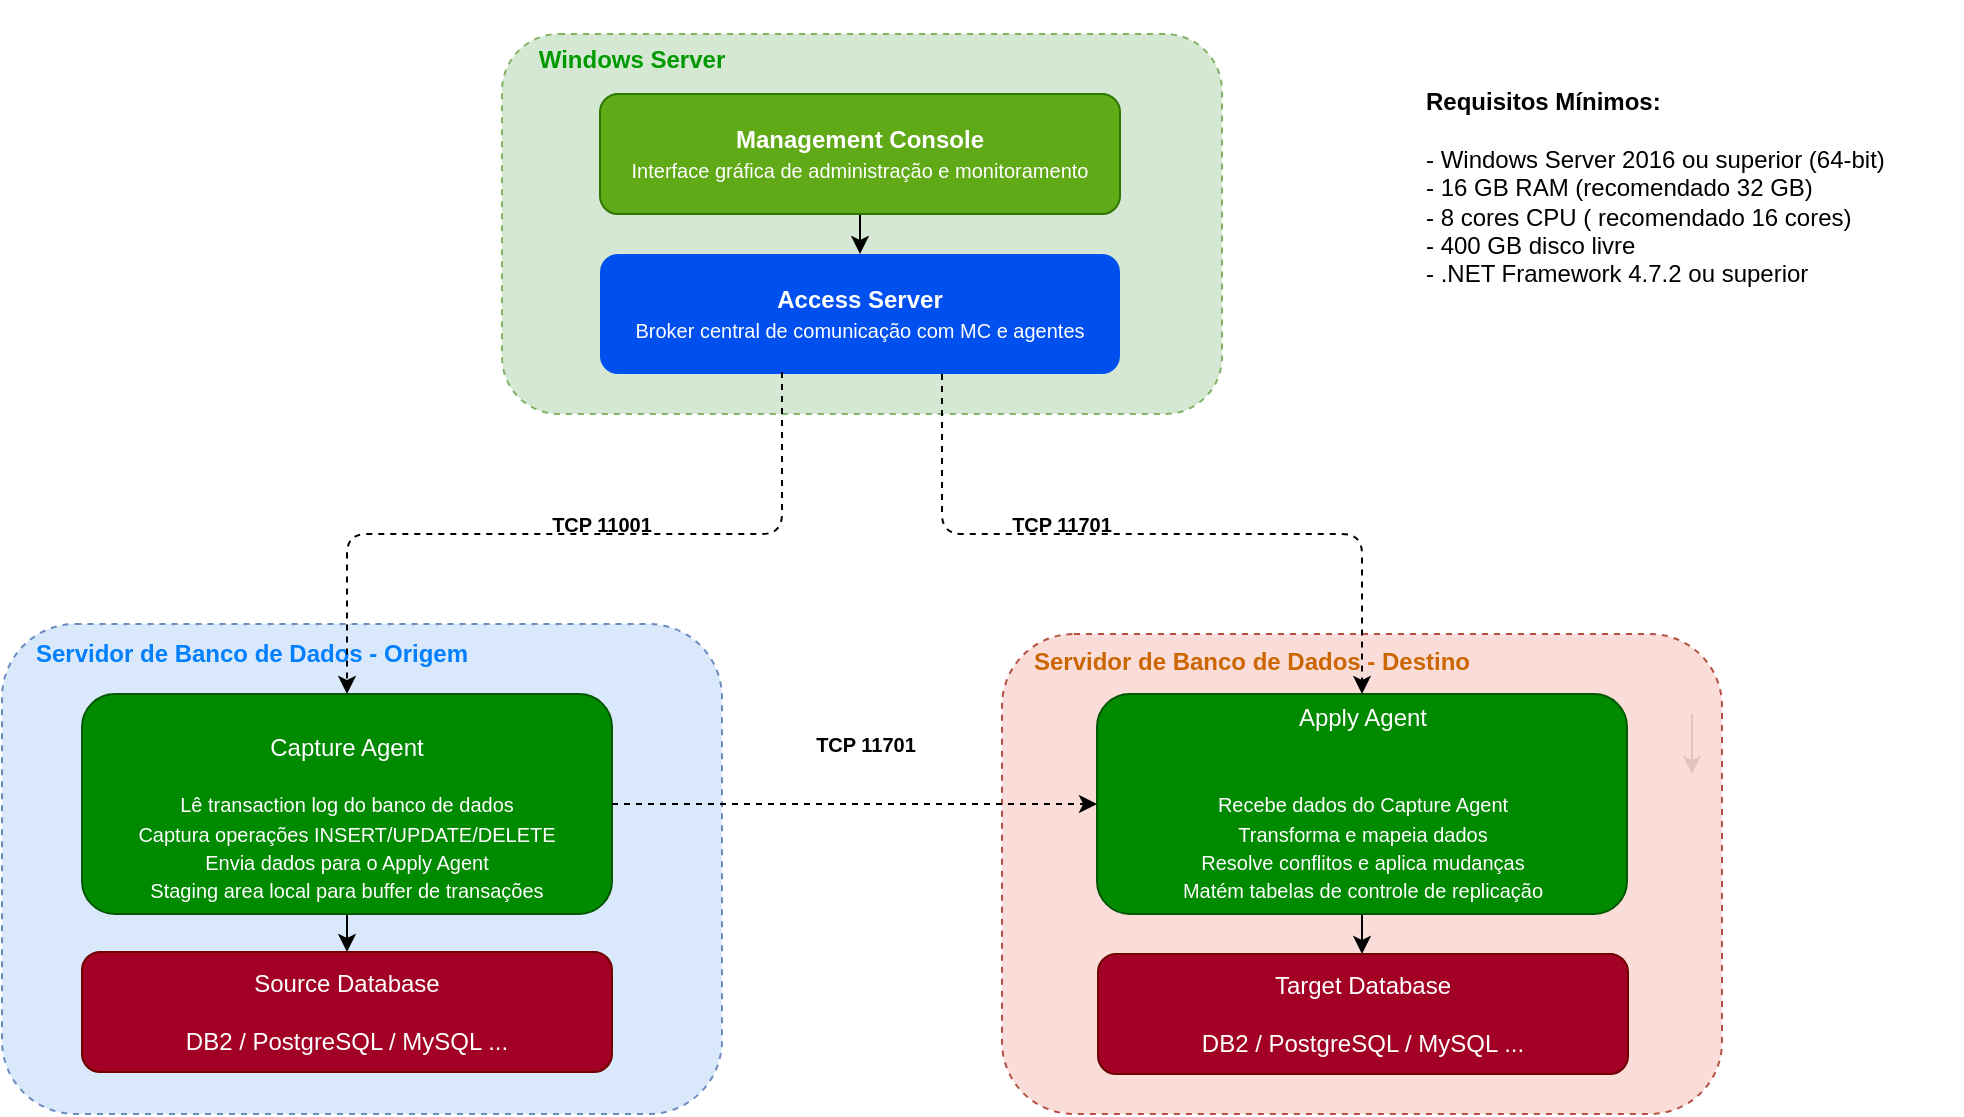
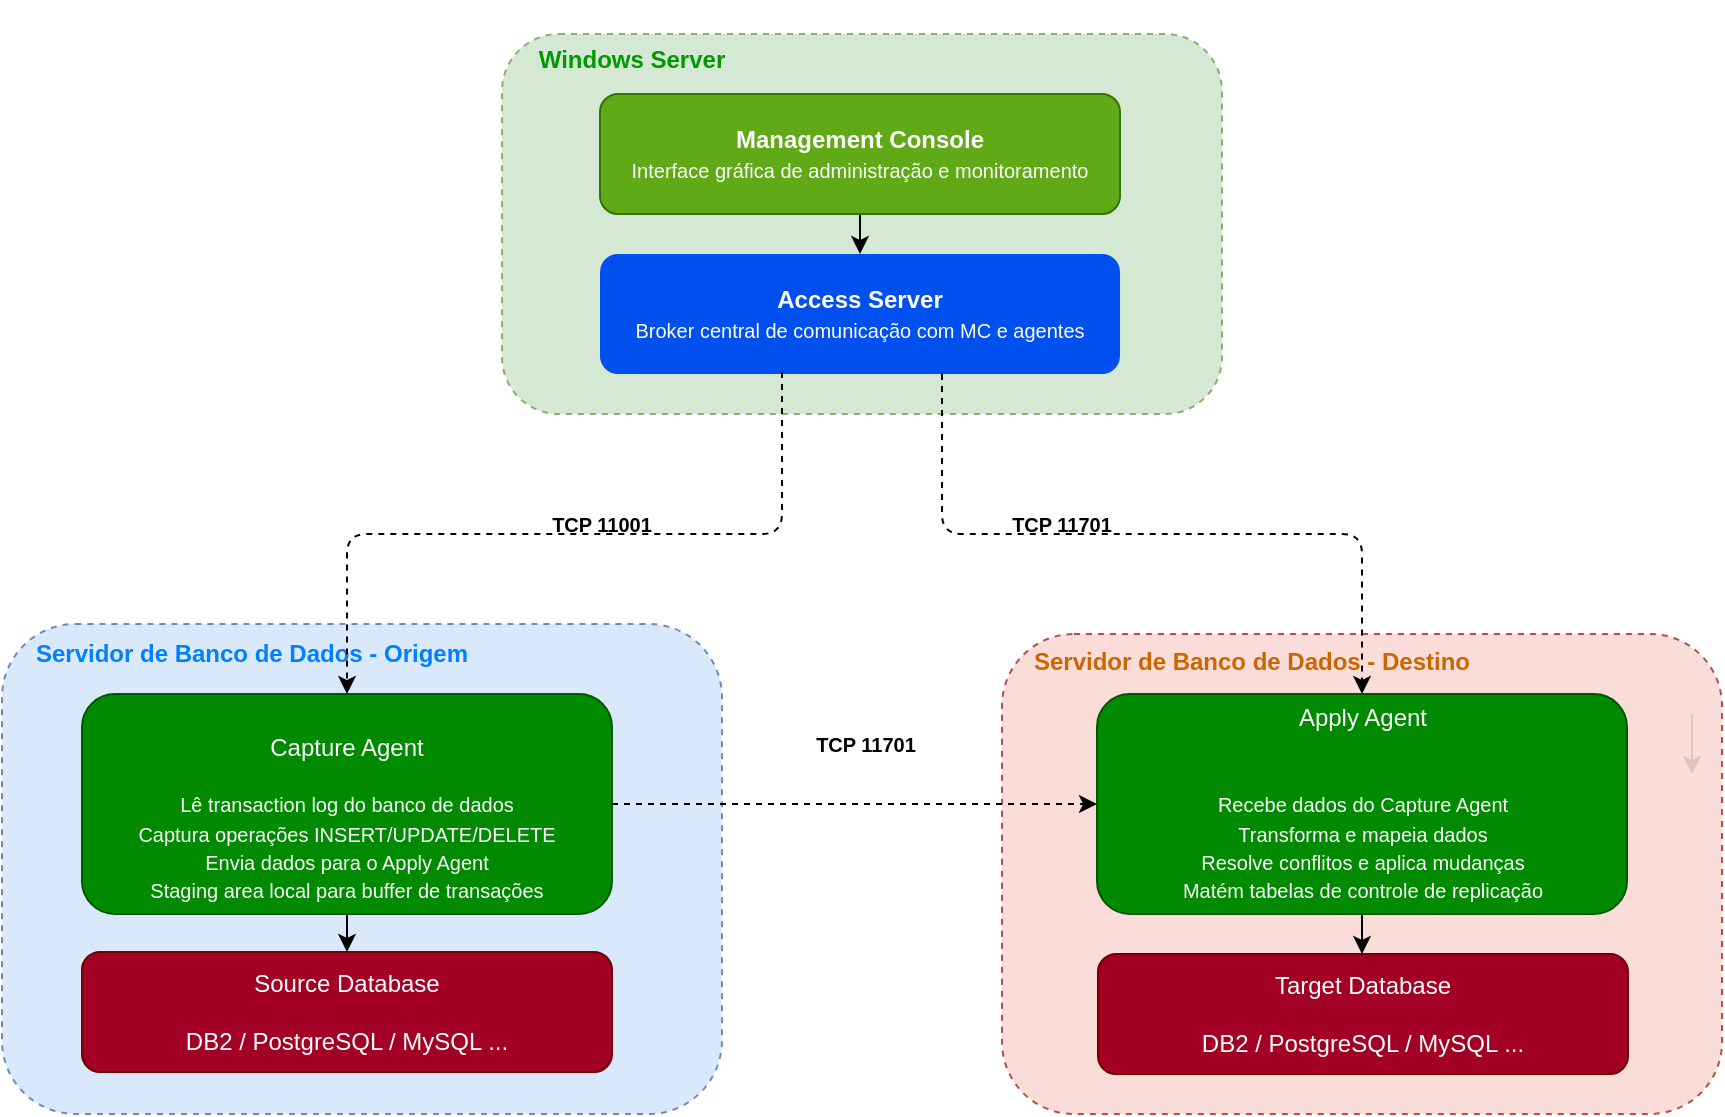
<mxfile host="app.diagrams.net">
  <diagram name="Page-1" id="ufLM51pSvgMN4Yb4cNfk">
    <mxGraphModel dx="1414" dy="766" grid="1" gridSize="10" guides="1" tooltips="1" connect="1" arrows="1" fold="1" page="1" pageScale="1" pageWidth="1169" pageHeight="827" background="#ffffff" math="0" shadow="0">
      <root>
        <mxCell id="0" />
        <mxCell id="1" parent="0" />
        <mxCell id="JlA0C_7pM_n0fd6ZD8XW-12" edge="1" parent="1" style="edgeStyle=orthogonalEdgeStyle;rounded=1;orthogonalLoop=1;jettySize=auto;html=1;" value="">
          <mxGeometry relative="1" as="geometry">
            <mxPoint x="1015" y="440" as="sourcePoint" />
            <mxPoint x="1015" y="470" as="targetPoint" />
          </mxGeometry>
        </mxCell>
        <mxCell id="JlA0C_7pM_n0fd6ZD8XW-6" edge="1" parent="1" style="edgeStyle=orthogonalEdgeStyle;rounded=1;orthogonalLoop=1;jettySize=auto;html=1;exitX=0.5;exitY=1;exitDx=0;exitDy=0;">
          <mxGeometry relative="1" as="geometry">
            <mxPoint x="1015" y="440" as="sourcePoint" />
            <mxPoint x="1015" y="440" as="targetPoint" />
          </mxGeometry>
-         </mxCell>
-         <mxCell id="JlA0C_7pM_n0fd6ZD8XW-11" parent="1" style="text;html=1;whiteSpace=wrap;strokeColor=none;fillColor=none;align=left;verticalAlign=middle;rounded=1;" value="&lt;b&gt;Requisitos Mínimos:&amp;nbsp;&lt;/b&gt;&lt;div&gt;&lt;br&gt;&lt;div&gt;- Windows Server 2016 ou superior (64-bit)&lt;/div&gt;&lt;div&gt;- 16 GB RAM (recomendado 32 GB)&lt;/div&gt;&lt;div&gt;- 8 cores CPU ( recomendado 16 cores)&lt;/div&gt;&lt;div&gt;- 400 GB disco livre&lt;/div&gt;&lt;div&gt;- .NET Framework 4.7.2 ou superior&lt;/div&gt;&lt;/div&gt;" vertex="1">
-           <mxGeometry height="94" width="270" x="880" y="130" as="geometry" />
        </mxCell>
        <mxCell id="tYhzWE4TQe1GP2W0sffB-1" parent="1" style="rounded=1;whiteSpace=wrap;html=1;fillColor=#d5e8d4;strokeColor=#82b366;dashed=1;" value="" vertex="1">
          <mxGeometry height="190" width="360" x="420" y="100" as="geometry" />
        </mxCell>
        <mxCell id="tYhzWE4TQe1GP2W0sffB-25" edge="1" parent="1" source="tYhzWE4TQe1GP2W0sffB-2" style="edgeStyle=orthogonalEdgeStyle;rounded=1;orthogonalLoop=1;jettySize=auto;html=1;exitX=0.5;exitY=1;exitDx=0;exitDy=0;entryX=0.5;entryY=0;entryDx=0;entryDy=0;" target="tYhzWE4TQe1GP2W0sffB-3">
          <mxGeometry relative="1" as="geometry" />
        </mxCell>
        <mxCell id="tYhzWE4TQe1GP2W0sffB-2" parent="1" style="rounded=1;whiteSpace=wrap;html=1;fillColor=#60a917;strokeColor=#2D7600;fontColor=#ffffff;" value="&lt;b&gt;Management Console&lt;/b&gt;&lt;div&gt;&lt;font style=&quot;font-size: 10px;&quot;&gt;Interface gráfica de administração e monitoramento&lt;/font&gt;&lt;/div&gt;" vertex="1">
          <mxGeometry height="60" width="260" x="469" y="130" as="geometry" />
        </mxCell>
        <mxCell id="tYhzWE4TQe1GP2W0sffB-3" parent="1" style="rounded=1;whiteSpace=wrap;html=1;fillColor=#0050ef;fontColor=#ffffff;strokeColor=none;" value="&lt;b&gt;Access Server&lt;/b&gt;&lt;div&gt;&lt;font style=&quot;font-size: 10px;&quot;&gt;Broker central de comunicação com MC e agentes&lt;/font&gt;&lt;/div&gt;" vertex="1">
          <mxGeometry height="60" width="260" x="469" y="210" as="geometry" />
        </mxCell>
        <mxCell id="tYhzWE4TQe1GP2W0sffB-6" parent="1" style="text;html=1;whiteSpace=wrap;strokeColor=none;fillColor=none;align=center;verticalAlign=middle;rounded=1;" value="&lt;font style=&quot;color: rgb(0, 153, 0);&quot;&gt;&lt;b style=&quot;&quot;&gt;Windows Server&lt;/b&gt;&lt;/font&gt;" vertex="1">
          <mxGeometry height="60" width="100" x="435" y="83" as="geometry" />
        </mxCell>
        <mxCell id="tYhzWE4TQe1GP2W0sffB-7" parent="1" style="rounded=1;whiteSpace=wrap;html=1;fillColor=#dae8fc;strokeColor=#6c8ebf;dashed=1;" value="" vertex="1">
          <mxGeometry height="245" width="360" x="170" y="395" as="geometry" />
        </mxCell>
        <mxCell id="tYhzWE4TQe1GP2W0sffB-8" parent="1" style="text;html=1;whiteSpace=wrap;strokeColor=none;fillColor=none;align=center;verticalAlign=middle;rounded=1;" value="&lt;font style=&quot;color: light-dark(rgb(0, 127, 255), rgb(255, 51, 255));&quot;&gt;&lt;b style=&quot;&quot;&gt;Servidor de Banco de Dados - Origem&lt;/b&gt;&lt;/font&gt;" vertex="1">
          <mxGeometry height="60" width="250" x="170" y="380" as="geometry" />
        </mxCell>
        <mxCell id="tYhzWE4TQe1GP2W0sffB-10" parent="1" style="rounded=1;whiteSpace=wrap;html=1;fillColor=#a20025;fontColor=#ffffff;strokeColor=#6F0000;" value="Source Database&lt;div&gt;&lt;br&gt;&lt;/div&gt;&lt;div&gt;DB2 / PostgreSQL / MySQL ...&lt;/div&gt;" vertex="1">
          <mxGeometry height="60" width="265" x="210" y="559" as="geometry" />
        </mxCell>
        <mxCell id="tYhzWE4TQe1GP2W0sffB-16" edge="1" parent="1" source="tYhzWE4TQe1GP2W0sffB-12" style="edgeStyle=orthogonalEdgeStyle;rounded=1;orthogonalLoop=1;jettySize=auto;html=1;exitX=0.5;exitY=1;exitDx=0;exitDy=0;entryX=0.5;entryY=0;entryDx=0;entryDy=0;" target="tYhzWE4TQe1GP2W0sffB-10">
          <mxGeometry relative="1" as="geometry" />
        </mxCell>
        <mxCell id="tYhzWE4TQe1GP2W0sffB-12" parent="1" style="rounded=1;whiteSpace=wrap;html=1;fillColor=#008a00;fontColor=#ffffff;strokeColor=#005700;" value="&lt;div&gt;&lt;br&gt;&lt;/div&gt;Capture Agent&lt;div&gt;&lt;br&gt;&lt;div&gt;&lt;span style=&quot;font-size: 10px;&quot;&gt;Lê transaction log do banco de dados&lt;/span&gt;&lt;/div&gt;&lt;/div&gt;&lt;div&gt;&lt;span style=&quot;font-size: 10px;&quot;&gt;Captura operações INSERT/UPDATE/DELETE&lt;/span&gt;&lt;/div&gt;&lt;div&gt;&lt;span style=&quot;font-size: 10px;&quot;&gt;Envia dados para o Apply Agent&lt;/span&gt;&lt;/div&gt;&lt;div&gt;&lt;span style=&quot;font-size: 10px;&quot;&gt;Staging area local para buffer de transações&lt;/span&gt;&lt;/div&gt;" vertex="1">
          <mxGeometry height="110" width="265" x="210" y="430" as="geometry" />
        </mxCell>
        <mxCell id="tYhzWE4TQe1GP2W0sffB-14" edge="1" parent="1" source="tYhzWE4TQe1GP2W0sffB-3" style="edgeStyle=orthogonalEdgeStyle;rounded=1;orthogonalLoop=1;jettySize=auto;html=1;dashed=1;exitX=0.35;exitY=0.983;exitDx=0;exitDy=0;exitPerimeter=0;" target="tYhzWE4TQe1GP2W0sffB-12">
          <mxGeometry relative="1" as="geometry" />
        </mxCell>
        <mxCell id="tYhzWE4TQe1GP2W0sffB-15" parent="1" style="text;html=1;whiteSpace=wrap;strokeColor=none;fillColor=none;align=center;verticalAlign=middle;rounded=0;" value="&lt;font style=&quot;font-size: 10px;&quot;&gt;&lt;b&gt;TCP 11001&lt;/b&gt;&lt;/font&gt;" vertex="1">
          <mxGeometry height="30" width="100" x="420" y="330" as="geometry" />
        </mxCell>
        <mxCell id="tYhzWE4TQe1GP2W0sffB-17" parent="1" style="rounded=1;whiteSpace=wrap;html=1;fillColor=#fad9d5;strokeColor=#ae4132;dashed=1;opacity=90;" value="" vertex="1">
          <mxGeometry height="240" width="360" x="670" y="400" as="geometry" />
        </mxCell>
        <mxCell id="tYhzWE4TQe1GP2W0sffB-31" edge="1" parent="1" source="tYhzWE4TQe1GP2W0sffB-18" style="edgeStyle=orthogonalEdgeStyle;rounded=0;orthogonalLoop=1;jettySize=auto;html=1;" target="tYhzWE4TQe1GP2W0sffB-19" value="">
          <mxGeometry relative="1" as="geometry" />
        </mxCell>
        <mxCell id="tYhzWE4TQe1GP2W0sffB-18" parent="1" style="rounded=1;whiteSpace=wrap;html=1;fillColor=#008a00;fontColor=#ffffff;strokeColor=#005700;" value="&lt;div&gt;&lt;br&gt;&lt;/div&gt;Apply Agent&lt;div&gt;&lt;br&gt;&lt;/div&gt;&lt;div&gt;&lt;br&gt;&lt;div&gt;&lt;span style=&quot;font-size: 10px;&quot;&gt;Recebe dados do Capture Agent&lt;/span&gt;&lt;/div&gt;&lt;div&gt;&lt;span style=&quot;font-size: 10px;&quot;&gt;Transforma e mapeia dados&lt;/span&gt;&lt;/div&gt;&lt;div&gt;&lt;span style=&quot;font-size: 10px;&quot;&gt;Resolve conflitos e aplica mudanças&lt;/span&gt;&lt;/div&gt;&lt;div&gt;&lt;span style=&quot;font-size: 10px;&quot;&gt;Matém tabelas de controle de replicação&lt;/span&gt;&lt;/div&gt;&lt;div&gt;&lt;br&gt;&lt;/div&gt;&lt;/div&gt;" vertex="1">
          <mxGeometry height="110" width="265" x="717.5" y="430" as="geometry" />
        </mxCell>
        <mxCell id="tYhzWE4TQe1GP2W0sffB-19" parent="1" style="rounded=1;whiteSpace=wrap;html=1;fillColor=#a20025;fontColor=#ffffff;strokeColor=#6F0000;" value="Target Database&lt;div&gt;&lt;br&gt;&lt;/div&gt;&lt;div&gt;DB2 / PostgreSQL / MySQL ...&lt;/div&gt;" vertex="1">
          <mxGeometry height="60" width="265" x="718" y="560" as="geometry" />
        </mxCell>
        <mxCell id="tYhzWE4TQe1GP2W0sffB-23" parent="1" style="text;html=1;whiteSpace=wrap;strokeColor=none;fillColor=none;align=center;verticalAlign=middle;rounded=0;" value="&lt;font style=&quot;font-size: 10px;&quot;&gt;&lt;b&gt;TCP 11701&lt;/b&gt;&lt;/font&gt;" vertex="1">
          <mxGeometry height="30" width="100" x="650" y="330" as="geometry" />
        </mxCell>
        <mxCell id="tYhzWE4TQe1GP2W0sffB-22" edge="1" parent="1" style="edgeStyle=orthogonalEdgeStyle;rounded=1;orthogonalLoop=1;jettySize=auto;html=1;entryX=0.5;entryY=0;entryDx=0;entryDy=0;dashed=1;" target="tYhzWE4TQe1GP2W0sffB-18">
          <mxGeometry relative="1" as="geometry">
            <Array as="points">
              <mxPoint x="640" y="350" />
              <mxPoint x="850" y="350" />
            </Array>
            <mxPoint x="640" y="270" as="sourcePoint" />
          </mxGeometry>
        </mxCell>
        <mxCell id="tYhzWE4TQe1GP2W0sffB-24" parent="1" style="text;html=1;whiteSpace=wrap;strokeColor=none;fillColor=none;align=center;verticalAlign=middle;rounded=1;" value="&lt;font style=&quot;color: rgb(204, 102, 0);&quot;&gt;&lt;b style=&quot;&quot;&gt;Servidor de Banco de Dados - Destino&lt;/b&gt;&lt;/font&gt;" vertex="1">
          <mxGeometry height="60" width="250" x="670" y="384" as="geometry" />
        </mxCell>
        <mxCell id="tYhzWE4TQe1GP2W0sffB-27" edge="1" parent="1" source="tYhzWE4TQe1GP2W0sffB-12" style="edgeStyle=orthogonalEdgeStyle;rounded=0;orthogonalLoop=1;jettySize=auto;html=1;exitX=1;exitY=0.5;exitDx=0;exitDy=0;entryX=0;entryY=0.5;entryDx=0;entryDy=0;dashed=1;" target="tYhzWE4TQe1GP2W0sffB-18">
          <mxGeometry relative="1" as="geometry" />
        </mxCell>
        <mxCell id="tYhzWE4TQe1GP2W0sffB-28" parent="1" style="text;html=1;whiteSpace=wrap;strokeColor=none;fillColor=none;align=center;verticalAlign=middle;rounded=0;" value="&lt;font style=&quot;font-size: 10px;&quot;&gt;&lt;b&gt;TCP 11701&lt;/b&gt;&lt;/font&gt;" vertex="1">
          <mxGeometry height="30" width="100" x="552" y="440" as="geometry" />
        </mxCell>
      </root>
    </mxGraphModel>
  </diagram>
</mxfile>
